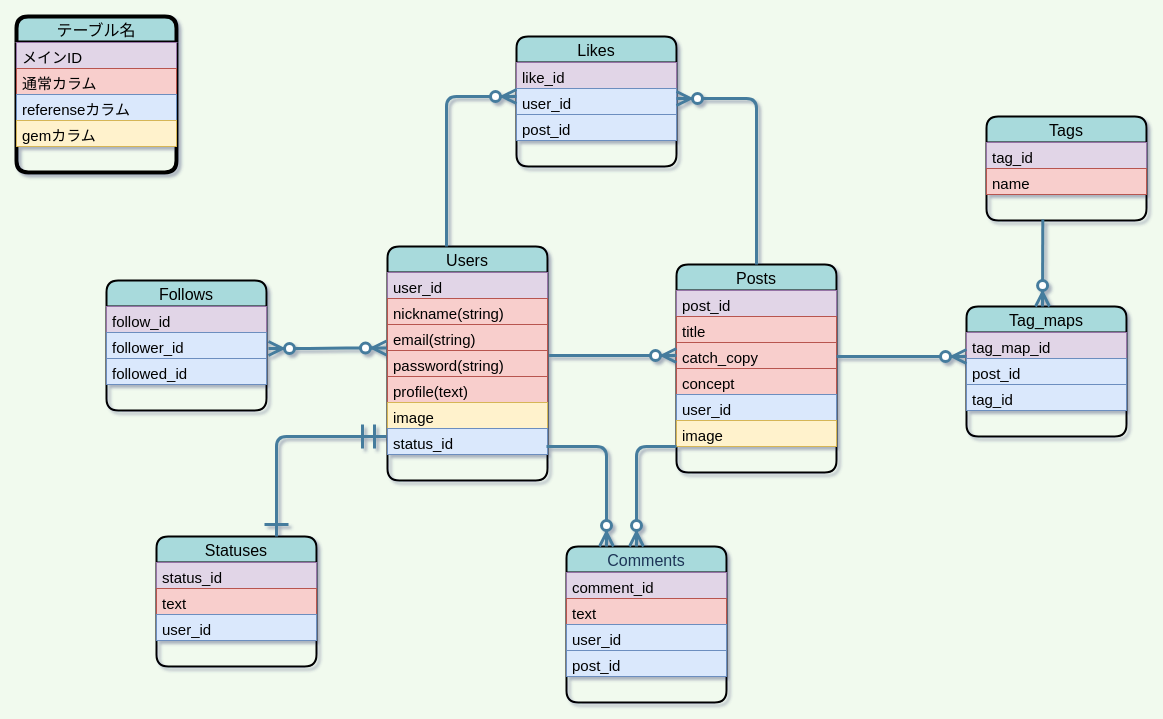
Before: ER図.dio in Ryuji-Ichikawa/fit-care-health, a draw.io diagram. Source tidied: cells renumbered, new cells numbered last; positions are measured from the earlier drawing's top-left corner, leaving out a move shared by most shapes. Both pictures are drawn from the tidied source at 100%, with x=0, y=0 at pixel (16, 16).
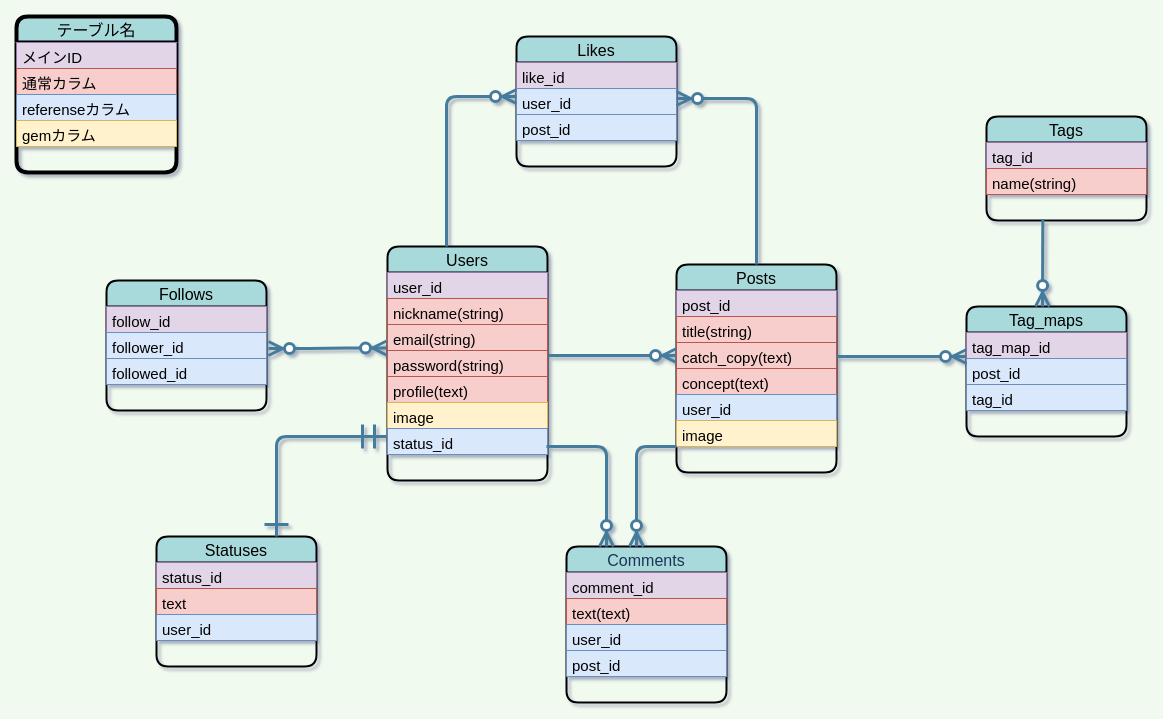
After the change.

The change refers to these unchanged cells:
```xml
<mxCell id="11" value="Posts" style="swimlane;fontStyle=0;horizontal=1;startSize=26;rounded=1;shadow=0;dashed=0;sketch=0;fontSize=16;strokeWidth=2;fillColor=#A8DADC;fontColor=#000000;strokeColor=#000000;" parent="1" vertex="1">
  <mxGeometry x="660" y="248" width="160" height="208" as="geometry" />
</mxCell>
<mxCell id="34" value="Tags" style="swimlane;fontStyle=0;horizontal=1;startSize=26;rounded=1;shadow=0;dashed=0;sketch=0;fontSize=16;strokeWidth=2;fillColor=#A8DADC;fontColor=#000000;strokeColor=#000000;" parent="1" vertex="1">
  <mxGeometry x="970" y="100" width="160" height="104" as="geometry" />
</mxCell>
<mxCell id="38" value="Comments" style="swimlane;fontStyle=0;horizontal=1;startSize=26;rounded=1;shadow=0;dashed=0;sketch=0;fontSize=16;fontColor=#1D3557;strokeWidth=2;fillColor=#A8DADC;strokeColor=#000000;" parent="1" vertex="1">
  <mxGeometry x="550" y="530" width="160" height="156" as="geometry" />
</mxCell>
```

Change to the diagram source:
```diff
@@
-    <mxCell id="13" value="title" style="text;strokeColor=#b85450;fillColor=#f8cecc;align=left;verticalAlign=top;spacingLeft=4;spacingRight=4;overflow=hidden;fontColor=#000000;fontSize=15;" parent="11" vertex="1">
+    <mxCell id="13" value="title(string)" style="text;strokeColor=#b85450;fillColor=#f8cecc;align=left;verticalAlign=top;spacingLeft=4;spacingRight=4;overflow=hidden;fontColor=#000000;fontSize=15;" parent="11" vertex="1">
       <mxGeometry y="52" width="160" height="26" as="geometry" />
     </mxCell>
-    <mxCell id="14" value="catch_copy" style="text;strokeColor=#b85450;fillColor=#f8cecc;align=left;verticalAlign=top;spacingLeft=4;spacingRight=4;overflow=hidden;points=[[0,0.5],[1,0.5]];portConstraint=eastwest;fontColor=#000000;fontSize=15;" parent="11" vertex="1">
+    <mxCell id="14" value="catch_copy(text)" style="text;strokeColor=#b85450;fillColor=#f8cecc;align=left;verticalAlign=top;spacingLeft=4;spacingRight=4;overflow=hidden;points=[[0,0.5],[1,0.5]];portConstraint=eastwest;fontColor=#000000;fontSize=15;" parent="11" vertex="1">
       <mxGeometry y="78" width="160" height="26" as="geometry" />
     </mxCell>
-    <mxCell id="15" value="concept" style="text;strokeColor=#b85450;fillColor=#f8cecc;align=left;verticalAlign=top;spacingLeft=4;spacingRight=4;overflow=hidden;fontColor=#000000;fontSize=15;" parent="11" vertex="1">
+    <mxCell id="15" value="concept(text)" style="text;strokeColor=#b85450;fillColor=#f8cecc;align=left;verticalAlign=top;spacingLeft=4;spacingRight=4;overflow=hidden;fontColor=#000000;fontSize=15;" parent="11" vertex="1">
       <mxGeometry y="104" width="160" height="26" as="geometry" />
     </mxCell>
@@
-    <mxCell id="36" value="name" style="text;strokeColor=#b85450;fillColor=#f8cecc;align=left;verticalAlign=top;spacingLeft=4;spacingRight=4;overflow=hidden;fontColor=#000000;fontSize=15;" parent="34" vertex="1">
+    <mxCell id="36" value="name(string)" style="text;strokeColor=#b85450;fillColor=#f8cecc;align=left;verticalAlign=top;spacingLeft=4;spacingRight=4;overflow=hidden;fontColor=#000000;fontSize=15;" parent="34" vertex="1">
       <mxGeometry y="52" width="160" height="26" as="geometry" />
     </mxCell>
@@
-    <mxCell id="40" value="text" style="text;strokeColor=#b85450;fillColor=#f8cecc;align=left;verticalAlign=top;spacingLeft=4;spacingRight=4;overflow=hidden;fontColor=#000000;fontSize=15;" parent="38" vertex="1">
+    <mxCell id="40" value="text(text)" style="text;strokeColor=#b85450;fillColor=#f8cecc;align=left;verticalAlign=top;spacingLeft=4;spacingRight=4;overflow=hidden;fontColor=#000000;fontSize=15;" parent="38" vertex="1">
       <mxGeometry y="52" width="160" height="26" as="geometry" />
     </mxCell>
```
